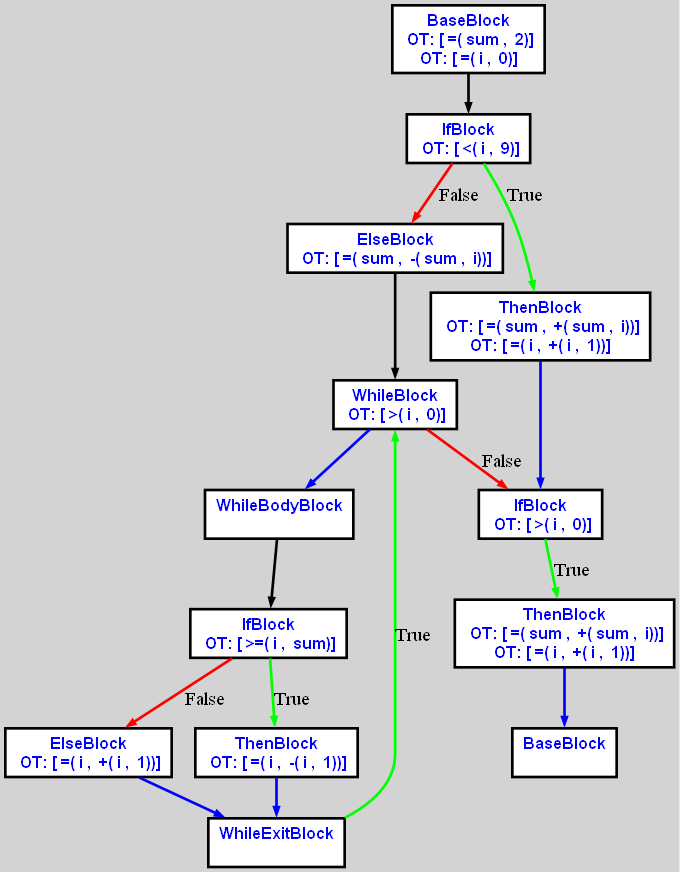
This is cpoCompilerWin/cfgi0.dot.png from aveen007/CountingMonkeys, a Graphviz export, as it was before one commit. Its source is kept beside it as cpoCompilerWin/cfgi0.dot.
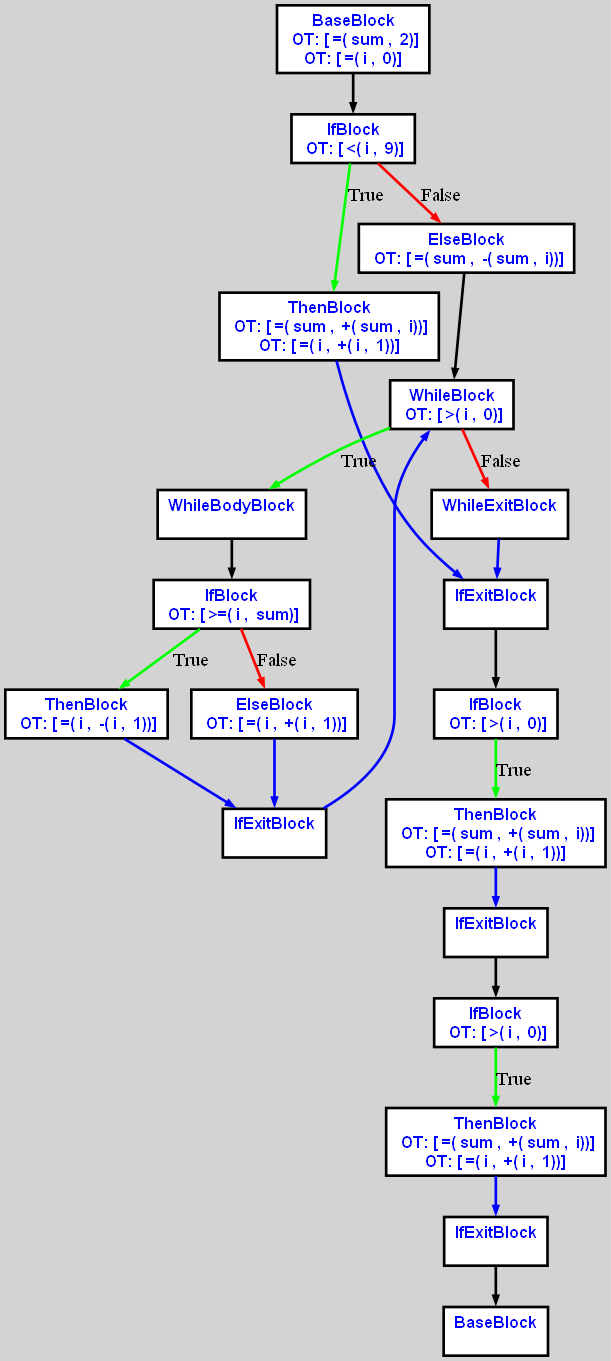
The same file after the commit.

Change to the diagram source:
```diff
@@ -4,45 +4,60 @@
 bgcolor="lightgrey";  node [shape=box, fixedsize=false, fontsize=12, fontname="Helvetica-bold", fontcolor="blue"
 width=.25, height=.25, color="black", fillcolor="white", style="filled, solid, bold"];
 
-edge [arrowsize=.5, color="black", style="bold"]    n0000129252522790 [label="BaseBlock\n OT: [ =( sum ,  2)]
+edge [arrowsize=.5, color="black", style="bold"]    n000012A765F23090 [label="BaseBlock\n OT: [ =( sum ,  2)]
 OT: [ =( i ,  0)]
 "]
-    n0000129252522790 -> n0000129252522850
-    n0000129252522850 [label="IfBlock\n OT: [ <( i ,  9)]
+    n000012A765F23150 [label="IfBlock\n OT: [ <( i ,  9)]
 "]
-    n0000129252522850 -> n00001292525228D0 [label="False" color="red"]
-    n00001292525228D0 [label="ElseBlock\n OT: [ =( sum ,  -( sum ,  i))]
-"]
-    n00001292525228D0 -> n0000129252522910
-    n0000129252522910 [label="WhileBlock\n OT: [ >( i ,  0)]
-"]
-    n0000129252522910 -> n0000129252522950 [ color="blue"]
-    n0000129252522950 [label="WhileBodyBlock\n "]
-    n0000129252522950 -> n0000129252522990
-    n0000129252522990 [label="IfBlock\n OT: [ >=( i ,  sum)]
-"]
-    n0000129252522990 -> n0000129252522A10 [label="False" color="red"]
-    n0000129252522A10 [label="ElseBlock\n OT: [ =( i ,  +( i ,  1))]
-"]
-    n0000129252522A10 -> n0000129252522A50 [ color="blue"]
-    n0000129252522990 -> n00001292525229D0 [label="True" color="green"]
-    n00001292525229D0 [label="ThenBlock\n OT: [ =( i ,  -( i ,  1))]
-"]
-    n00001292525229D0 -> n0000129252522A50 [ color="blue"]
-    n0000129252522A50 [label="WhileExitBlock\n "]
-    n0000129252522A50 -> n0000129252522910 [label="True" color="green"]
-    n0000129252522910 -> n0000129252522A90 [label="False" color="red"]
-    n0000129252522850 -> n0000129252522890 [label="True" color="green"]
-    n0000129252522890 [label="ThenBlock\n OT: [ =( sum ,  +( sum ,  i))]
+    n000012A765F23090 -> n000012A765F23150
+    n000012A765F23150 -> n000012A765F23190 [label="True" color="green"]
+    n000012A765F23190 [label="ThenBlock\n OT: [ =( sum ,  +( sum ,  i))]
 OT: [ =( i ,  +( i ,  1))]
 "]
-    n0000129252522890 -> n0000129252522A90 [ color="blue"]
-    n0000129252522A90 [label="IfBlock\n OT: [ >( i ,  0)]
+    n000012A765F23150 -> n000012A765F231D0 [label="False" color="red"]
+    n000012A765F231D0 [label="ElseBlock\n OT: [ =( sum ,  -( sum ,  i))]
 "]
-    n0000129252522A90 -> n0000129252522AD0 [label="True" color="green"]
-    n0000129252522AD0 [label="ThenBlock\n OT: [ =( sum ,  +( sum ,  i))]
+    n000012A765F23210 [label="WhileBlock\n OT: [ >( i ,  0)]
+"]
+    n000012A765F231D0 -> n000012A765F23210
+	   n000012A765F23210 -> n000012A765F23250 [ label = "True" color="green"]
+    n000012A765F23250 [label="WhileBodyBlock\n "]
+    n000012A765F23290 [label="IfBlock\n OT: [ >=( i ,  sum)]
+"]
+    n000012A765F23250 -> n000012A765F23290
+    n000012A765F23290 -> n000012A765F232D0 [label="True" color="green"]
+    n000012A765F232D0 [label="ThenBlock\n OT: [ =( i ,  -( i ,  1))]
+"]
+    n000012A765F23290 -> n000012A765F23310 [label="False" color="red"]
+    n000012A765F23310 [label="ElseBlock\n OT: [ =( i ,  +( i ,  1))]
+"]
+    n000012A765F23310 -> n000012A765F23350 [color="blue"]
+    n000012A765F232D0 -> n000012A765F23350 [ color="blue"]
+    n000012A765F23350 [label="IfExitBlock\n "]
+    n000012A765F23350 -> n000012A765F23210 [ color="blue"]
+	   n000012A765F23210 -> n000012A765F23390 [ label = "False" color="red"]
+    n000012A765F23390 [label="WhileExitBlock\n "]
+    n000012A765F23390 -> n000012A765F233D0 [color="blue"]
+    n000012A765F23190 -> n000012A765F233D0 [ color="blue"]
+    n000012A765F233D0 [label="IfExitBlock\n "]
+    n000012A765F23410 [label="IfBlock\n OT: [ >( i ,  0)]
+"]
+    n000012A765F233D0 -> n000012A765F23410
+    n000012A765F23410 -> n000012A765F23450 [label="True" color="green"]
+    n000012A765F23450 [label="ThenBlock\n OT: [ =( sum ,  +( sum ,  i))]
 OT: [ =( i ,  +( i ,  1))]
 "]
-    n0000129252522AD0 -> n0000129252522B10 [ color="blue"]
-    n0000129252522B10 [label="BaseBlock\n "]
+    n000012A765F23450 -> n000012A765F23490 [ color="blue"]
+    n000012A765F23490 [label="IfExitBlock\n "]
+    n000012A765F234D0 [label="IfBlock\n OT: [ >( i ,  0)]
+"]
+    n000012A765F23490 -> n000012A765F234D0
+    n000012A765F234D0 -> n000012A765F23510 [label="True" color="green"]
+    n000012A765F23510 [label="ThenBlock\n OT: [ =( sum ,  +( sum ,  i))]
+OT: [ =( i ,  +( i ,  1))]
+"]
+    n000012A765F23510 -> n000012A765F23550 [ color="blue"]
+    n000012A765F23550 [label="IfExitBlock\n "]
+    n000012A765F23590 [label="BaseBlock\n "]
+    n000012A765F23550 -> n000012A765F23590
 }
```
